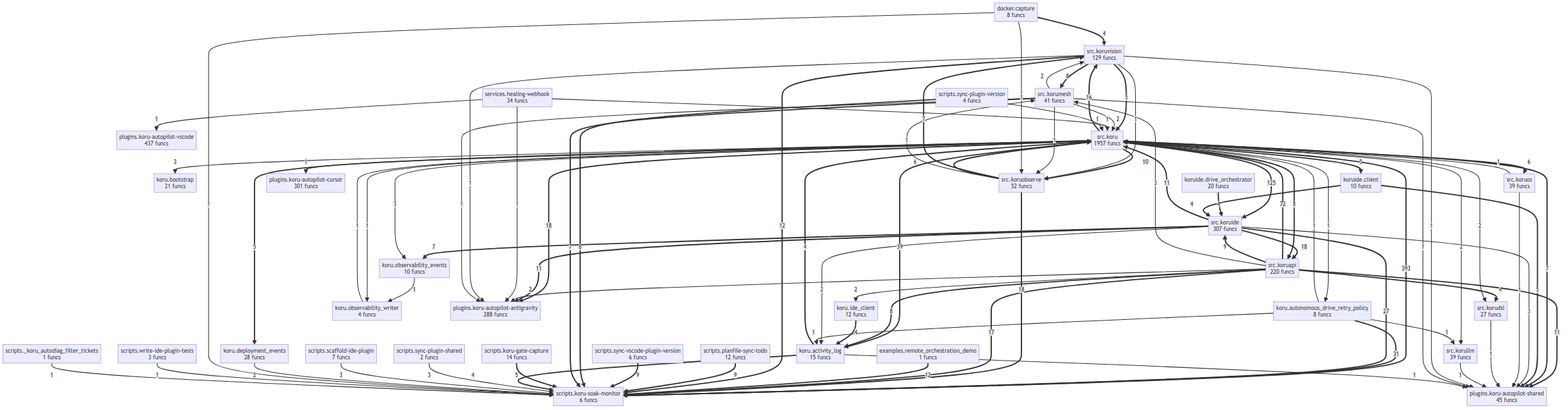
This is project/compact_flow.png from semcod/koru, a Mermaid export, as it was before one commit. Its source is kept beside it as project/compact_flow.mmd.
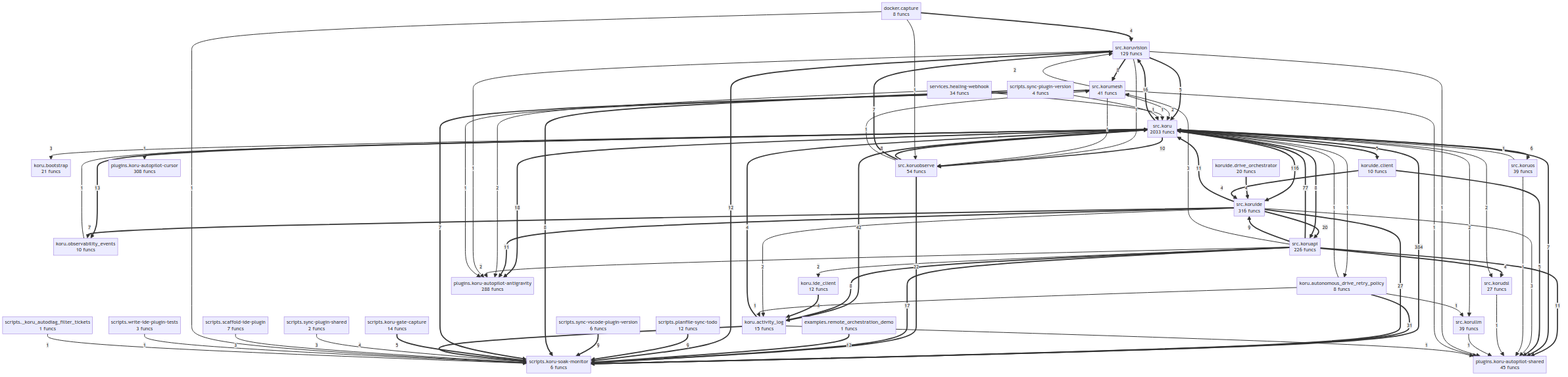
The same diagram one commit later.

Diff of the diagram source:
```diff
@@ -4,16 +4,13 @@
     koru__activity_log["koru.activity_log<br/>15 funcs"]
     koru__autonomous_drive_retry_policy["koru.autonomous_drive_retry_policy<br/>8 funcs"]
     koru__bootstrap["koru.bootstrap<br/>21 funcs"]
-    koru__deployment_events["koru.deployment_events<br/>28 funcs"]
     koru__ide_client["koru.ide_client<br/>12 funcs"]
     koru__observability_events["koru.observability_events<br/>10 funcs"]
-    koru__observability_writer["koru.observability_writer<br/>4 funcs"]
     koruide__client["koruide.client<br/>10 funcs"]
     koruide__drive_orchestrator["koruide.drive_orchestrator<br/>20 funcs"]
     plugins__koru_autopilot_antigravity["plugins.koru-autopilot-antigravity<br/>288 funcs"]
-    plugins__koru_autopilot_cursor["plugins.koru-autopilot-cursor<br/>301 funcs"]
+    plugins__koru_autopilot_cursor["plugins.koru-autopilot-cursor<br/>308 funcs"]
     plugins__koru_autopilot_shared["plugins.koru-autopilot-shared<br/>45 funcs"]
-    plugins__koru_autopilot_vscode["plugins.koru-autopilot-vscode<br/>437 funcs"]
     scripts___koru_autodiag_filter_tickets["scripts._koru_autodiag_filter_tickets<br/>1 funcs"]
     scripts__koru_gate_capture["scripts.koru-gate-capture<br/>14 funcs"]
     scripts__koru_soak_monitor["scripts.koru-soak-monitor<br/>6 funcs"]
@@ -24,26 +21,27 @@
     scripts__sync_vscode_plugin_version["scripts.sync-vscode-plugin-version<br/>6 funcs"]
     scripts__write_ide_plugin_tests["scripts.write-ide-plugin-tests<br/>3 funcs"]
     services__healing_webhook["services.healing-webhook<br/>34 funcs"]
-    src__koru["src.koru<br/>1957 funcs"]
-    src__koruapi["src.koruapi<br/>220 funcs"]
+    src__koru["src.koru<br/>2033 funcs"]
+    src__koruapi["src.koruapi<br/>226 funcs"]
     src__korudsl["src.korudsl<br/>27 funcs"]
-    src__koruide["src.koruide<br/>307 funcs"]
+    src__koruide["src.koruide<br/>316 funcs"]
     src__korullm["src.korullm<br/>39 funcs"]
     src__korumesh["src.korumesh<br/>41 funcs"]
-    src__koruobserve["src.koruobserve<br/>52 funcs"]
+    src__koruobserve["src.koruobserve<br/>54 funcs"]
     src__koruos["src.koruos<br/>39 funcs"]
     src__koruvision["src.koruvision<br/>129 funcs"]
-    src__koru ==>|393| scripts__koru_soak_monitor
-    src__koru ==>|125| src__koruide
-    src__koruapi ==>|72| src__koru
-    src__koru ==>|39| koru__activity_log
+    src__koru ==>|384| scripts__koru_soak_monitor
+    src__koru ==>|116| src__koruide
+    src__koruapi ==>|77| src__koru
+    src__koru ==>|42| koru__activity_log
     koru__autonomous_drive_retry_policy ==>|31| scripts__koru_soak_monitor
     src__koruide ==>|27| scripts__koru_soak_monitor
-    src__koruobserve ==>|18| scripts__koru_soak_monitor
-    src__koruide ==>|18| src__koruapi
+    src__koruobserve ==>|22| scripts__koru_soak_monitor
+    src__koruide ==>|20| src__koruapi
     src__koru ==>|18| plugins__koru_autopilot_antigravity
     src__koruapi ==>|17| scripts__koru_soak_monitor
     src__koru ==>|16| src__koruvision
+    src__koru ==>|13| koru__observability_events
     examples__remote_orchestration_demo ==>|12| scripts__koru_soak_monitor
     src__koruvision ==>|12| scripts__koru_soak_monitor
     src__koruapi ==>|11| plugins__koru_autopilot_shared
@@ -53,20 +51,19 @@
     src__koruapi ==>|9| src__koruide
     scripts__planfile_sync_todo ==>|9| scripts__koru_soak_monitor
     scripts__sync_vscode_plugin_version ==>|9| scripts__koru_soak_monitor
+    src__koruobserve ==>|8| src__koru
     src__koruapi ==>|8| koru__activity_log
     src__koruvision ==>|8| src__korumesh
     src__koru ==>|8| src__koruapi
     scripts__sync_plugin_version ==>|8| scripts__koru_soak_monitor
     src__koruobserve ==>|7| src__koruvision
     src__korumesh ==>|7| scripts__koru_soak_monitor
+    src__koruide ==>|7| koru__observability_events
     src__koru ==>|7| plugins__koru_autopilot_shared
-    src__koruide ==>|7| koru__observability_events
-    src__koruobserve ==>|6| src__koru
     src__koru ==>|6| src__koruos
     src__koruvision ==>|5| src__koru
     koruide__client ==>|5| plugins__koru_autopilot_shared
     src__koru ==>|5| koruide__client
-    src__koru ==>|5| koru__deployment_events
     scripts__koru_gate_capture ==>|5| scripts__koru_soak_monitor
     src__koruapi ==>|4| src__korudsl
     koruide__drive_orchestrator ==>|4| src__koruide
@@ -80,18 +77,15 @@
     src__koru -->|3| koru__bootstrap
     scripts__sync_plugin_shared -->|3| scripts__koru_soak_monitor
     scripts__scaffold_ide_plugin -->|3| scripts__koru_soak_monitor
-    src__koru -->|3| koru__observability_events
+    services__healing_webhook -->|2| plugins__koru_autopilot_antigravity
     src__koruapi -->|2| plugins__koru_autopilot_antigravity
     src__koruapi -->|2| koru__ide_client
     src__korumesh -->|2| src__koru
     src__korumesh -->|2| src__koruvision
     src__koruide -->|2| koru__activity_log
+    src__koru -->|2| src__korullm
     src__koru -->|2| src__korudsl
-    src__koru -->|2| src__korullm
-    koru__deployment_events -->|2| scripts__koru_soak_monitor
-    services__healing_webhook -->|1| plugins__koru_autopilot_antigravity
     services__healing_webhook -->|1| src__koru
-    services__healing_webhook -->|1| plugins__koru_autopilot_vscode
     src__koruobserve -->|1| src__korumesh
     src__koruos -->|1| plugins__koru_autopilot_shared
     src__koruos -->|1| src__koru
@@ -104,16 +98,14 @@
     src__korumesh -->|1| plugins__koru_autopilot_antigravity
     src__korumesh -->|1| plugins__koru_autopilot_shared
     src__koru -->|1| plugins__koru_autopilot_cursor
-    koru__observability_writer -->|1| src__koru
     koru__autonomous_drive_retry_policy -->|1| koru__activity_log
     koru__autonomous_drive_retry_policy -->|1| src__korullm
     koru__autonomous_drive_retry_policy -->|1| src__koru
     koru__activity_log -->|1| plugins__koru_autopilot_shared
     src__koru -->|1| koru__autonomous_drive_retry_policy
-    koru__observability_events -->|1| koru__observability_writer
+    koru__observability_events -->|1| src__koru
     docker__capture -->|1| src__koruobserve
     docker__capture -->|1| scripts__koru_soak_monitor
     scripts__write_ide_plugin_tests -->|1| scripts__koru_soak_monitor
     scripts__sync_plugin_version -->|1| src__koru
     scripts___koru_autodiag_filter_tickets -->|1| scripts__koru_soak_monitor
-    src__koru -->|1| koru__observability_writer
```
